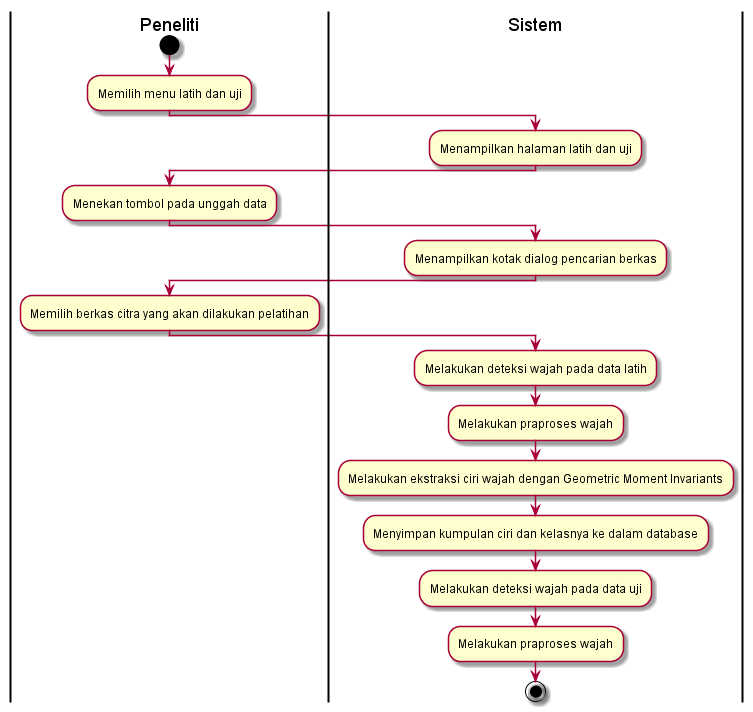
This is diagram/AD_Praproses_wajah.png from ayulestari10/gmisvm, a PlantUML export, as it was before one commit.
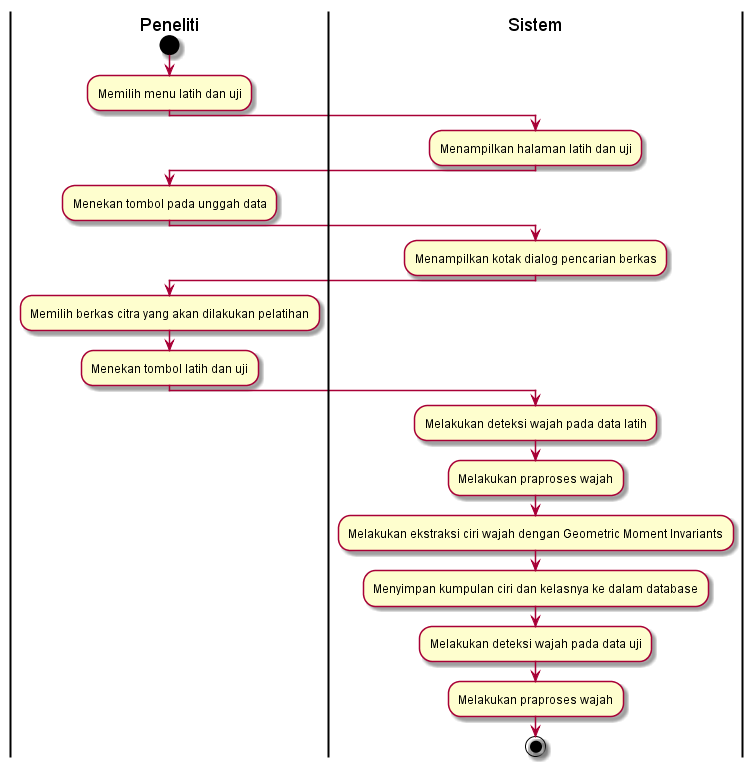
Later version of the same file.

The edit, as a diff of the source:
```diff
@@ -11,6 +11,8 @@
 :Menampilkan kotak dialog pencarian berkas;
 | Peneliti |
 :Memilih berkas citra yang akan dilakukan pelatihan;
+| Peneliti |
+:Menekan tombol latih dan uji;
 | Sistem |
 :Melakukan deteksi wajah pada data latih;
 | Sistem |
```
